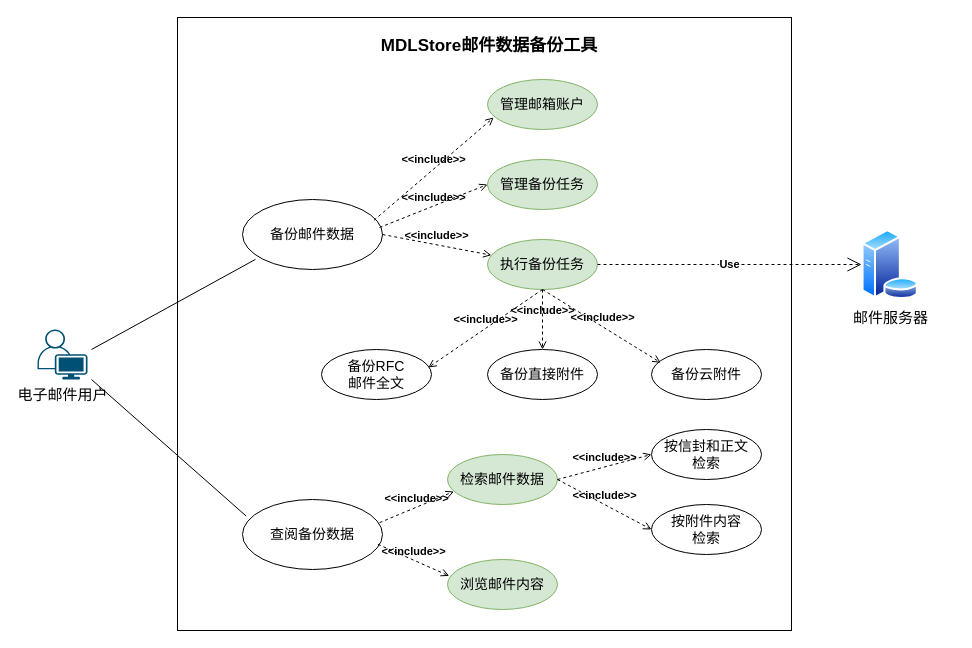
GreenTee-color/Documents keeps this draw.io diagram as page "第 13 页" (13 of 21) of 架构图1.drawio. Above is the earlier version. Source tidied: cells renumbered, new cells numbered last; positions are measured from the earlier drawing's top-left corner, leaving out a move shared by most shapes. Both pictures are drawn from the tidied source at 100%, with x=0, y=0 at pixel (37, 17).
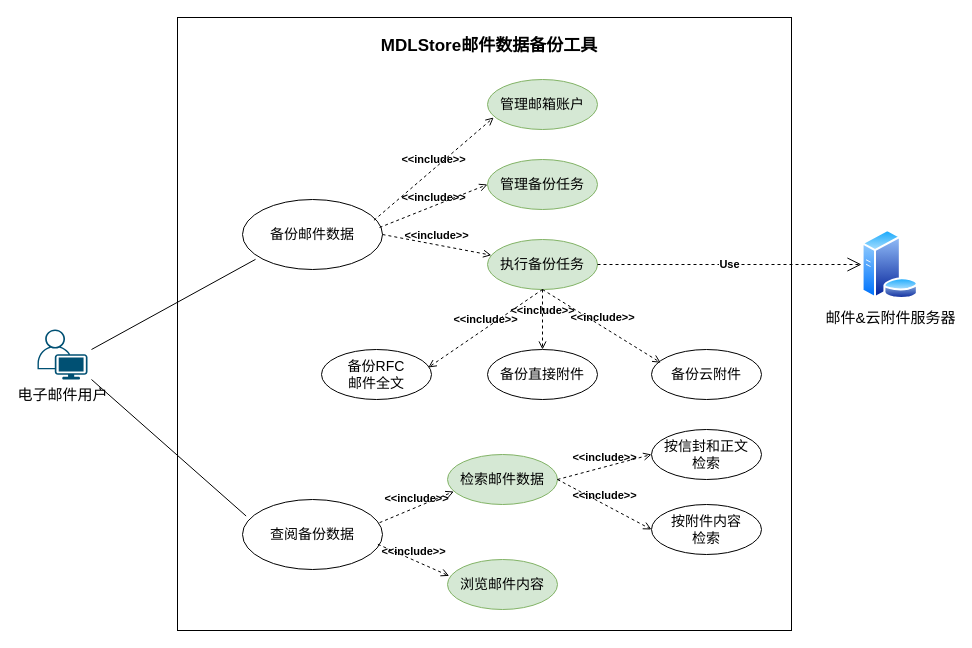
The same page after the edit.

Commit message:
更新架构图1.drawio

The edit, as a diff of the source:
```diff
@@
-    <mxCell id="26" value="&lt;font style=&quot;font-size: 15px;&quot;&gt;邮件服务器&lt;/font&gt;" style="image;perimeter=ellipsePerimeter;html=1;align=center;shadow=0;dashed=0;spacingTop=3;image=img/lib/active_directory/database_server.svg;" parent="1" vertex="1">
+    <mxCell id="26" value="&lt;font style=&quot;font-size: 15px;&quot;&gt;邮件&amp;amp;&lt;/font&gt;&lt;span style=&quot;font-size: 15px;&quot;&gt;云附件服务器&lt;/span&gt;" style="image;perimeter=ellipsePerimeter;html=1;align=center;shadow=0;dashed=0;spacingTop=3;image=img/lib/active_directory/database_server.svg;" parent="1" vertex="1">
       <mxGeometry x="824" y="212" width="57.4" height="70" as="geometry" />
     </mxCell>
```
